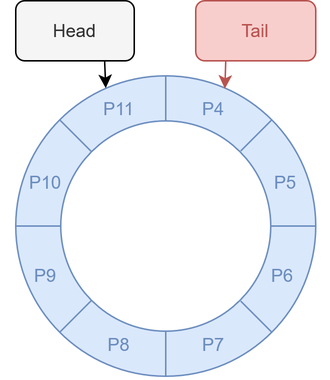
Above: doc/RingBuffer.png in Triamec/TraSt-Sinus (draw.io), before the change. Source tidied: cells renumbered, new cells last; positions are measured from the earlier drawing's top-left corner, leaving out a move shared by most shapes.
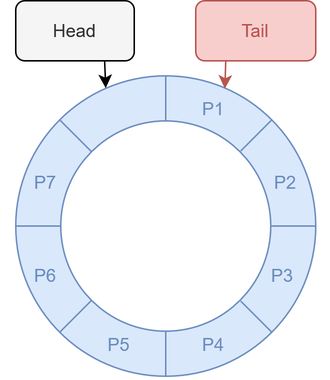
After the change.

Diff of the diagram source:
```diff
@@ -42,41 +42,38 @@
     <mxCell id="11" style="endArrow=none;html=1;rounded=0;exitX=0.5;exitY=1;exitDx=0;exitDy=0;entryX=0.5;entryY=1;entryDx=0;entryDy=0;strokeColor=#6C8EBF;" parent="1" edge="1" source="2" target="3">
       <mxGeometry relative="1" as="geometry" />
     </mxCell>
-    <mxCell id="12" value="P4" style="text;html=1;align=center;verticalAlign=middle;whiteSpace=wrap;rounded=0;fontColor=#6C8EBF;" parent="1" vertex="1">
+    <mxCell id="12" value="P1" style="text;html=1;align=center;verticalAlign=middle;whiteSpace=wrap;rounded=0;fontColor=#6C8EBF;" parent="1" vertex="1">
       <mxGeometry x="112" y="57" width="60" height="30" as="geometry" />
     </mxCell>
-    <mxCell id="13" value="P5" style="text;html=1;align=center;verticalAlign=middle;whiteSpace=wrap;rounded=0;fontColor=#6C8EBF;" parent="1" vertex="1">
+    <mxCell id="13" value="P2" style="text;html=1;align=center;verticalAlign=middle;whiteSpace=wrap;rounded=0;fontColor=#6C8EBF;" parent="1" vertex="1">
       <mxGeometry x="160" y="106" width="60" height="30" as="geometry" />
     </mxCell>
-    <mxCell id="14" value="P6" style="text;html=1;align=center;verticalAlign=middle;whiteSpace=wrap;rounded=0;fontColor=#6C8EBF;" parent="1" vertex="1">
+    <mxCell id="14" value="P3" style="text;html=1;align=center;verticalAlign=middle;whiteSpace=wrap;rounded=0;fontColor=#6C8EBF;" parent="1" vertex="1">
       <mxGeometry x="158" y="168" width="60" height="30" as="geometry" />
     </mxCell>
-    <mxCell id="15" value="P7" style="text;html=1;align=center;verticalAlign=middle;whiteSpace=wrap;rounded=0;fontColor=#6C8EBF;" parent="1" vertex="1">
+    <mxCell id="15" value="P4" style="text;html=1;align=center;verticalAlign=middle;whiteSpace=wrap;rounded=0;fontColor=#6C8EBF;" parent="1" vertex="1">
       <mxGeometry x="112" y="214" width="60" height="30" as="geometry" />
     </mxCell>
-    <mxCell id="16" value="&lt;div&gt;P8&lt;/div&gt;" style="text;html=1;align=center;verticalAlign=middle;whiteSpace=wrap;rounded=0;fontColor=#6C8EBF;" parent="1" vertex="1">
+    <mxCell id="16" value="P5" style="text;html=1;align=center;verticalAlign=middle;whiteSpace=wrap;rounded=0;fontColor=#6C8EBF;" parent="1" vertex="1">
       <mxGeometry x="49" y="214" width="60" height="30" as="geometry" />
     </mxCell>
-    <mxCell id="17" value="&lt;div&gt;P9&lt;/div&gt;" style="text;html=1;align=center;verticalAlign=middle;whiteSpace=wrap;rounded=0;fontColor=#6C8EBF;" parent="1" vertex="1">
+    <mxCell id="17" value="P6" style="text;html=1;align=center;verticalAlign=middle;whiteSpace=wrap;rounded=0;fontColor=#6C8EBF;" parent="1" vertex="1">
       <mxGeometry y="168" width="60" height="30" as="geometry" />
     </mxCell>
-    <mxCell id="18" value="P10" style="text;html=1;align=center;verticalAlign=middle;whiteSpace=wrap;rounded=0;fontColor=#6C8EBF;" parent="1" vertex="1">
+    <mxCell id="18" value="P7" style="text;html=1;align=center;verticalAlign=middle;whiteSpace=wrap;rounded=0;fontColor=#6C8EBF;" parent="1" vertex="1">
       <mxGeometry y="106" width="60" height="30" as="geometry" />
     </mxCell>
-    <mxCell id="19" value="P11" style="text;html=1;align=center;verticalAlign=middle;whiteSpace=wrap;rounded=0;fontColor=#6C8EBF;" parent="1" vertex="1">
-      <mxGeometry x="49" y="57" width="60" height="30" as="geometry" />
+    <mxCell id="19" value="Head" style="rounded=1;whiteSpace=wrap;html=1;fillColor=#f5f5f5;fontColor=#333333;strokeColor=#000000;" parent="1" vertex="1">
+      <mxGeometry x="10" width="79" height="40" as="geometry" />
     </mxCell>
-    <mxCell id="20" value="Head" style="rounded=1;whiteSpace=wrap;html=1;fillColor=#f5f5f5;fontColor=#333333;strokeColor=#000000;" parent="1" vertex="1">
-      <mxGeometry x="10" width="79" height="40" as="geometry" />
+    <mxCell id="20" value="Tail" style="rounded=1;whiteSpace=wrap;html=1;fillColor=#f8cecc;strokeColor=#B85450;fontColor=#B85450;" parent="1" vertex="1">
+      <mxGeometry x="130" width="80" height="40" as="geometry" />
     </mxCell>
-    <mxCell id="21" value="Tail" style="rounded=1;whiteSpace=wrap;html=1;fillColor=#f8cecc;strokeColor=#B85450;fontColor=#B85450;" parent="1" vertex="1">
-      <mxGeometry x="130" width="80" height="40" as="geometry" />
+    <mxCell id="21" style="edgeStyle=orthogonalEdgeStyle;rounded=0;jettySize=auto;html=1;exitX=0.25;exitY=1;exitDx=0;exitDy=0;entryX=0.697;entryY=0.043;entryDx=0;entryDy=0;entryPerimeter=0;fontColor=#B85450;fillColor=#f8cecc;strokeColor=#b85450;" parent="1" edge="1" source="20" target="2">
+      <mxGeometry relative="1" as="geometry" />
     </mxCell>
-    <mxCell id="22" style="edgeStyle=orthogonalEdgeStyle;rounded=0;jettySize=auto;html=1;exitX=0.25;exitY=1;exitDx=0;exitDy=0;entryX=0.697;entryY=0.043;entryDx=0;entryDy=0;entryPerimeter=0;fontColor=#B85450;fillColor=#f8cecc;strokeColor=#b85450;" parent="1" edge="1" source="21" target="2">
+    <mxCell id="22" style="edgeStyle=orthogonalEdgeStyle;rounded=0;jettySize=auto;html=1;exitX=0.75;exitY=1;exitDx=0;exitDy=0;entryX=0.3;entryY=0.041;entryDx=0;entryDy=0;entryPerimeter=0;" parent="1" edge="1" source="19" target="2">
       <mxGeometry relative="1" as="geometry" />
     </mxCell>
-    <mxCell id="23" style="edgeStyle=orthogonalEdgeStyle;rounded=0;jettySize=auto;html=1;exitX=0.75;exitY=1;exitDx=0;exitDy=0;entryX=0.3;entryY=0.041;entryDx=0;entryDy=0;entryPerimeter=0;" parent="1" edge="1" source="20" target="2">
-      <mxGeometry relative="1" as="geometry" />
-    </mxCell>
   </root>
 </mxGraphModel>
```
